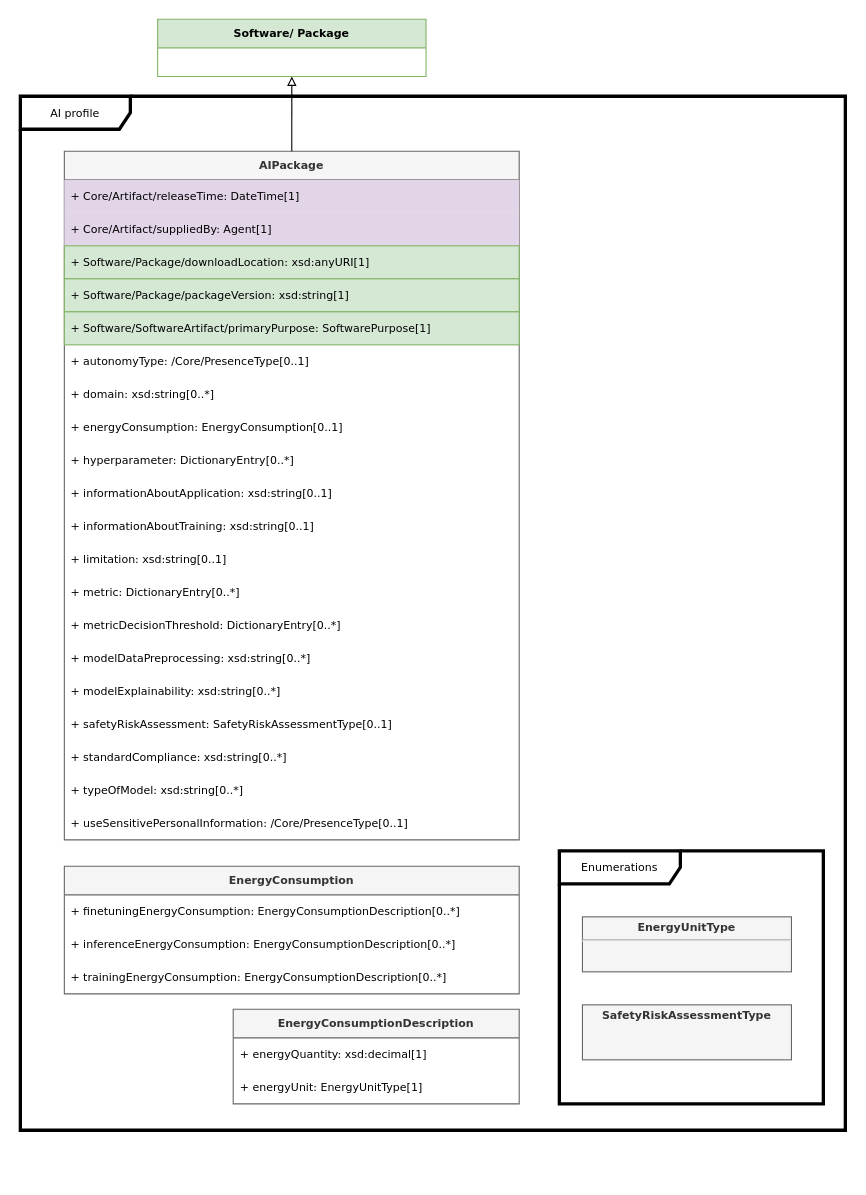
Earlier version of the draw.io diagram page "AI" (7 of 12) of docs/model.drawio (spdx/spdx-3-model). Source tidied: cells renumbered, new cells numbered last; positions are measured from the earlier drawing's top-left corner, leaving out a move shared by most shapes. Both pictures are drawn from the tidied source at 110%, with x=0, y=0 at pixel (20, 19).
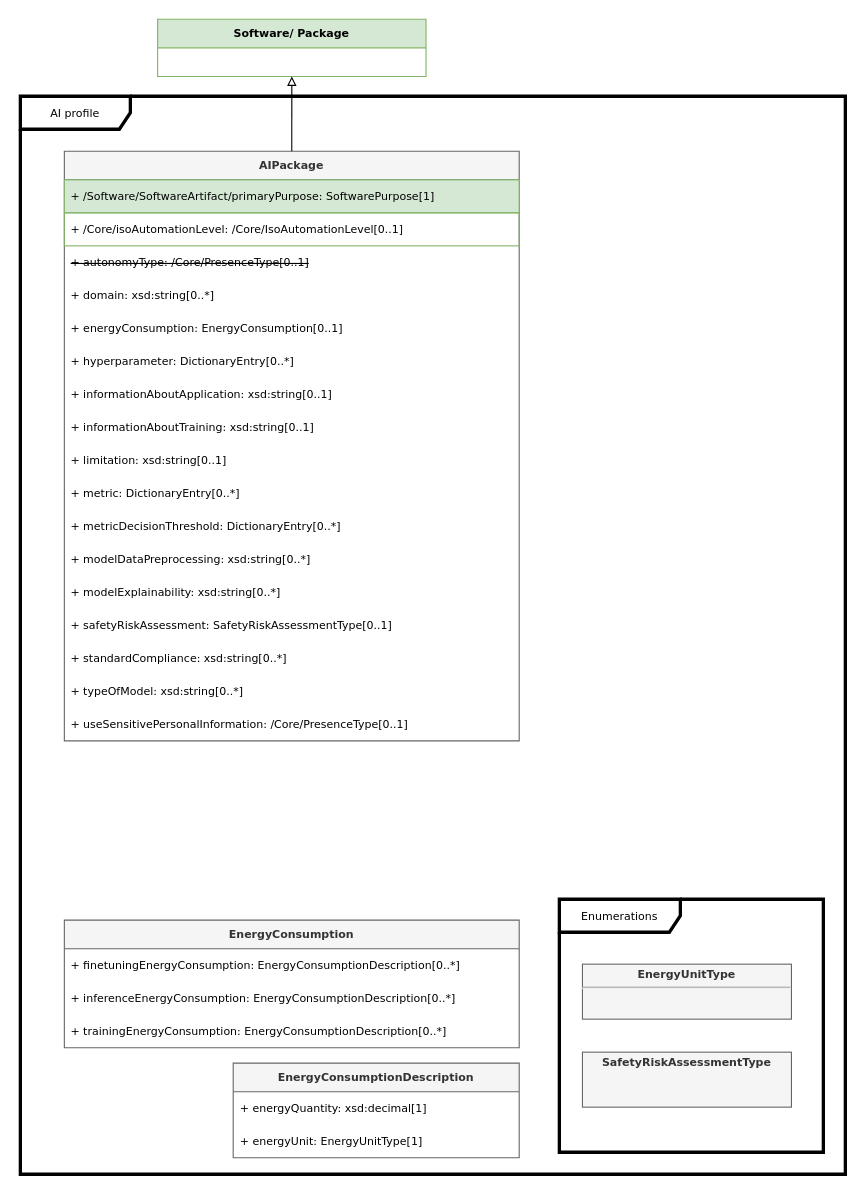
The same page after the edit.

The edit, as a diff of the source:
```diff
@@
     <mxCell id="3" value="AI profile" style="shape=umlFrame;whiteSpace=wrap;html=1;width=100;height=30;strokeWidth=3;fontFamily=Verdana;fontSize=10;" parent="1" vertex="1">
-      <mxGeometry y="70" width="750" height="940" as="geometry" />
+      <mxGeometry y="70" width="750" height="980" as="geometry" />
     </mxCell>
     <mxCell id="4" value="AIPackage" style="swimlane;fontStyle=1;horizontal=1;startSize=26;fillColor=#f5f5f5;strokeColor=#666666;fontColor=#333333;fontFamily=Verdana;fontSize=10;" parent="1" vertex="1">
-      <mxGeometry x="40" y="120" width="413.5" height="626" as="geometry" />
+      <mxGeometry x="40" y="120" width="413.5" height="536" as="geometry" />
     </mxCell>
-    <mxCell id="5" value="+ Core/Artifact/releaseTime: DateTime[1]" style="text;strokeColor=none;fillColor=#E1D5E7;align=left;verticalAlign=middle;spacingLeft=4;spacingRight=4;overflow=hidden;whiteSpace=wrap;html=1;fontFamily=Verdana;fontSize=10;" parent="4" vertex="1">
-      <mxGeometry y="26" width="413.5" height="30" as="geometry" />
-    </mxCell>
-    <mxCell id="6" value="+ Core/Artifact/suppliedBy: Agent[1]" style="text;strokeColor=none;fillColor=#E1D5E7;align=left;verticalAlign=middle;spacingLeft=4;spacingRight=4;overflow=hidden;whiteSpace=wrap;html=1;fontFamily=Verdana;fontSize=10;" parent="4" vertex="1">
-      <mxGeometry y="56" width="413.5" height="30" as="geometry" />
-    </mxCell>
-    <mxCell id="7" value="+ Software/Package/downloadLocation: xsd:anyURI[1]" style="text;strokeColor=#82b366;fillColor=#d5e8d4;align=left;verticalAlign=middle;spacingLeft=4;spacingRight=4;overflow=hidden;whiteSpace=wrap;html=1;fontFamily=Verdana;fontSize=10;" parent="4" vertex="1">
-      <mxGeometry y="86" width="413.5" height="30" as="geometry" />
-    </mxCell>
+    <mxCell id="9" value="+ /Software/SoftwareArtifact/primaryPurpose: SoftwarePurpose[1]" style="text;strokeColor=#82b366;fillColor=#d5e8d4;align=left;verticalAlign=middle;spacingLeft=4;spacingRight=4;overflow=hidden;whiteSpace=wrap;html=1;fontFamily=Verdana;fontSize=10;" parent="4" vertex="1">
+      <mxGeometry y="26" width="413.5" height="30" as="geometry" />
+    </mxCell>
-    <mxCell id="8" value="+ Software/Package/packageVersion: xsd:string[1]" style="text;strokeColor=#82b366;fillColor=#d5e8d4;align=left;verticalAlign=middle;spacingLeft=4;spacingRight=4;overflow=hidden;whiteSpace=wrap;html=1;fontFamily=Verdana;fontSize=10;" parent="4" vertex="1">
-      <mxGeometry y="116" width="413.5" height="30" as="geometry" />
+    <mxCell id="8" value="+ /Core/isoAutomationLevel: /Core/IsoAutomationLevel[0..1]" style="text;strokeColor=#82b366;fillColor=none;align=left;verticalAlign=middle;spacingLeft=4;spacingRight=4;overflow=hidden;whiteSpace=wrap;html=1;fontFamily=Verdana;fontSize=10;" parent="4" vertex="1">
+      <mxGeometry y="56" width="413.5" height="30" as="geometry" />
     </mxCell>
-    <mxCell id="9" value="+ Software/SoftwareArtifact/primaryPurpose: SoftwarePurpose[1]" style="text;strokeColor=#82b366;fillColor=#d5e8d4;align=left;verticalAlign=middle;spacingLeft=4;spacingRight=4;overflow=hidden;whiteSpace=wrap;html=1;fontFamily=Verdana;fontSize=10;" parent="4" vertex="1">
-      <mxGeometry y="146" width="413.5" height="30" as="geometry" />
-    </mxCell>
-    <mxCell id="10" value="+ autonomyType: /Core/PresenceType[0..1]" style="text;strokeColor=none;fillColor=none;align=left;verticalAlign=middle;spacingLeft=4;spacingRight=4;overflow=hidden;whiteSpace=wrap;html=1;fontFamily=Verdana;fontSize=10;" parent="4" vertex="1">
-      <mxGeometry y="176" width="413.5" height="30" as="geometry" />
+    <mxCell id="10" value="&lt;strike&gt;+ autonomyType: /Core/PresenceType[0..1]&lt;/strike&gt;" style="text;strokeColor=none;fillColor=none;align=left;verticalAlign=middle;spacingLeft=4;spacingRight=4;overflow=hidden;whiteSpace=wrap;html=1;fontFamily=Verdana;fontSize=10;" parent="4" vertex="1">
+      <mxGeometry y="86" width="413.5" height="30" as="geometry" />
     </mxCell>
     <mxCell id="11" value="+ domain: xsd:string[0..*]" style="text;strokeColor=none;fillColor=none;align=left;verticalAlign=middle;spacingLeft=4;spacingRight=4;overflow=hidden;whiteSpace=wrap;html=1;fontFamily=Verdana;fontSize=10;" parent="4" vertex="1">
-      <mxGeometry y="206" width="413.5" height="30" as="geometry" />
+      <mxGeometry y="116" width="413.5" height="30" as="geometry" />
     </mxCell>
     <mxCell id="12" value="+ energyConsumption: EnergyConsumption[0..1]" style="text;strokeColor=none;fillColor=none;align=left;verticalAlign=middle;spacingLeft=4;spacingRight=4;overflow=hidden;whiteSpace=wrap;html=1;fontFamily=Verdana;fontSize=10;" parent="4" vertex="1">
-      <mxGeometry y="236" width="413.5" height="30" as="geometry" />
+      <mxGeometry y="146" width="413.5" height="30" as="geometry" />
     </mxCell>
     <mxCell id="13" value="+ hyperparameter: DictionaryEntry[0..*]" style="text;strokeColor=none;fillColor=none;align=left;verticalAlign=middle;spacingLeft=4;spacingRight=4;overflow=hidden;whiteSpace=wrap;html=1;fontFamily=Verdana;fontSize=10;" parent="4" vertex="1">
-      <mxGeometry y="266" width="413.5" height="30" as="geometry" />
+      <mxGeometry y="176" width="413.5" height="30" as="geometry" />
     </mxCell>
     <mxCell id="14" value="+ informationAboutApplication: xsd:string[0..1]" style="text;strokeColor=none;fillColor=none;align=left;verticalAlign=middle;spacingLeft=4;spacingRight=4;overflow=hidden;whiteSpace=wrap;html=1;fontFamily=Verdana;fontSize=10;" parent="4" vertex="1">
-      <mxGeometry y="296" width="413.5" height="30" as="geometry" />
+      <mxGeometry y="206" width="413.5" height="30" as="geometry" />
     </mxCell>
     <mxCell id="15" value="+ informationAboutTraining: xsd:string[0..1]" style="text;strokeColor=none;fillColor=none;align=left;verticalAlign=middle;spacingLeft=4;spacingRight=4;overflow=hidden;whiteSpace=wrap;html=1;fontFamily=Verdana;fontSize=10;" parent="4" vertex="1">
-      <mxGeometry y="326" width="413.5" height="30" as="geometry" />
+      <mxGeometry y="236" width="413.5" height="30" as="geometry" />
     </mxCell>
     <mxCell id="16" value="+ limitation: xsd:string[0..1]" style="text;strokeColor=none;fillColor=none;align=left;verticalAlign=middle;spacingLeft=4;spacingRight=4;overflow=hidden;whiteSpace=wrap;html=1;fontFamily=Verdana;fontSize=10;" parent="4" vertex="1">
-      <mxGeometry y="356" width="413.5" height="30" as="geometry" />
+      <mxGeometry y="266" width="413.5" height="30" as="geometry" />
     </mxCell>
     <mxCell id="17" value="+ metric: DictionaryEntry[0..*]" style="text;strokeColor=none;fillColor=none;align=left;verticalAlign=middle;spacingLeft=4;spacingRight=4;overflow=hidden;whiteSpace=wrap;html=1;fontFamily=Verdana;fontSize=10;" parent="4" vertex="1">
-      <mxGeometry y="386" width="413.5" height="30" as="geometry" />
+      <mxGeometry y="296" width="413.5" height="30" as="geometry" />
     </mxCell>
     <mxCell id="18" value="+ metricDecisionThreshold: DictionaryEntry[0..*]" style="text;strokeColor=none;fillColor=none;align=left;verticalAlign=middle;spacingLeft=4;spacingRight=4;overflow=hidden;whiteSpace=wrap;html=1;fontFamily=Verdana;fontSize=10;" parent="4" vertex="1">
-      <mxGeometry y="416" width="413.5" height="30" as="geometry" />
+      <mxGeometry y="326" width="413.5" height="30" as="geometry" />
     </mxCell>
     <mxCell id="19" value="+ modelDataPreprocessing: xsd:string[0..*]" style="text;strokeColor=none;fillColor=none;align=left;verticalAlign=middle;spacingLeft=4;spacingRight=4;overflow=hidden;whiteSpace=wrap;html=1;fontFamily=Verdana;fontSize=10;" parent="4" vertex="1">
-      <mxGeometry y="446" width="413.5" height="30" as="geometry" />
+      <mxGeometry y="356" width="413.5" height="30" as="geometry" />
     </mxCell>
     <mxCell id="20" value="+ modelExplainability: xsd:string[0..*]" style="text;strokeColor=none;fillColor=none;align=left;verticalAlign=middle;spacingLeft=4;spacingRight=4;overflow=hidden;whiteSpace=wrap;html=1;fontFamily=Verdana;fontSize=10;" parent="4" vertex="1">
-      <mxGeometry y="476" width="413.5" height="30" as="geometry" />
+      <mxGeometry y="386" width="413.5" height="30" as="geometry" />
     </mxCell>
     <mxCell id="21" value="+ safetyRiskAssessment: SafetyRiskAssessmentType[0..1]" style="text;strokeColor=none;fillColor=none;align=left;verticalAlign=middle;spacingLeft=4;spacingRight=4;overflow=hidden;whiteSpace=wrap;html=1;fontFamily=Verdana;fontSize=10;" parent="4" vertex="1">
-      <mxGeometry y="506" width="413.5" height="30" as="geometry" />
+      <mxGeometry y="416" width="413.5" height="30" as="geometry" />
     </mxCell>
     <mxCell id="22" value="+ standardCompliance: xsd:string[0..*]" style="text;strokeColor=none;fillColor=none;align=left;verticalAlign=middle;spacingLeft=4;spacingRight=4;overflow=hidden;whiteSpace=wrap;html=1;fontFamily=Verdana;fontSize=10;" parent="4" vertex="1">
-      <mxGeometry y="536" width="413.5" height="30" as="geometry" />
+      <mxGeometry y="446" width="413.5" height="30" as="geometry" />
     </mxCell>
     <mxCell id="23" value="+ typeOfModel: xsd:string[0..*]" style="text;strokeColor=none;fillColor=none;align=left;verticalAlign=middle;spacingLeft=4;spacingRight=4;overflow=hidden;whiteSpace=wrap;html=1;fontFamily=Verdana;fontSize=10;" parent="4" vertex="1">
-      <mxGeometry y="566" width="413.5" height="30" as="geometry" />
+      <mxGeometry y="476" width="413.5" height="30" as="geometry" />
     </mxCell>
     <mxCell id="24" value="+ useSensitivePersonalInformation: /Core/PresenceType[0..1]" style="text;strokeColor=none;fillColor=none;align=left;verticalAlign=middle;spacingLeft=4;spacingRight=4;overflow=hidden;whiteSpace=wrap;html=1;fontFamily=Verdana;fontSize=10;" parent="4" vertex="1">
-      <mxGeometry y="596" width="413.5" height="30" as="geometry" />
+      <mxGeometry y="506" width="413.5" height="30" as="geometry" />
     </mxCell>
@@
-    <mxCell id="26" value="Enumerations" style="shape=umlFrame;whiteSpace=wrap;html=1;width=110;height=30;strokeWidth=3;fontStyle=0;fontFamily=Verdana;fontSize=10;" parent="1" vertex="1">
-      <mxGeometry x="490" y="756" width="240" height="230" as="geometry" />
-    </mxCell>
-    <mxCell id="27" value="&lt;p style=&quot;margin: 4px 0px 0px; text-align: center;&quot;&gt;&lt;b&gt;SafetyRiskAssessmentType&lt;/b&gt;&lt;/p&gt;&lt;p style=&quot;margin: 0px ; margin-left: 8px&quot;&gt;&lt;br&gt;&lt;/p&gt;" style="verticalAlign=top;align=left;overflow=fill;fontSize=10;fontFamily=Verdana;html=1;fillColor=#f5f5f5;strokeColor=#666666;fontColor=#333333;fontStyle=0;" parent="1" vertex="1">
-      <mxGeometry x="511" y="896" width="190" height="50" as="geometry" />
-    </mxCell>
     <mxCell id="28" value="EnergyConsumption" style="swimlane;fontStyle=1;horizontal=1;startSize=26;fillColor=#f5f5f5;strokeColor=#666666;fontColor=#333333;fontFamily=Verdana;fontSize=10;" parent="1" vertex="1">
-      <mxGeometry x="40" y="770" width="413.5" height="116" as="geometry" />
+      <mxGeometry x="40" y="819" width="413.5" height="116" as="geometry" />
     </mxCell>
@@
     <mxCell id="32" value="EnergyConsumptionDescription" style="swimlane;fontStyle=1;horizontal=1;startSize=26;fillColor=#f5f5f5;strokeColor=#666666;fontColor=#333333;fontFamily=Verdana;fontSize=10;" parent="1" vertex="1">
-      <mxGeometry x="193.5" y="900" width="260" height="86" as="geometry" />
+      <mxGeometry x="193.5" y="949" width="260" height="86" as="geometry" />
     </mxCell>
@@
+    <mxCell id="36" style="group;" parent="1" vertex="1">
+      <mxGeometry x="490" y="800" width="240" height="230" as="geometry" />
+    </mxCell>
+    <mxCell id="26" value="Enumerations" style="shape=umlFrame;whiteSpace=wrap;html=1;width=110;height=30;strokeWidth=3;fontStyle=0;fontFamily=Verdana;fontSize=10;" parent="36" vertex="1">
+      <mxGeometry width="240" height="230" as="geometry" />
+    </mxCell>
+    <mxCell id="27" value="&lt;p style=&quot;margin: 4px 0px 0px; text-align: center;&quot;&gt;&lt;b&gt;SafetyRiskAssessmentType&lt;/b&gt;&lt;/p&gt;&lt;p style=&quot;margin: 0px ; margin-left: 8px&quot;&gt;&lt;br&gt;&lt;/p&gt;" style="verticalAlign=top;align=left;overflow=fill;fontSize=10;fontFamily=Verdana;html=1;fillColor=#f5f5f5;strokeColor=#666666;fontColor=#333333;fontStyle=0;" parent="36" vertex="1">
+      <mxGeometry x="21" y="139" width="190" height="50" as="geometry" />
+    </mxCell>
-    <mxCell id="35" value="&lt;p style=&quot;margin: 4px 0px 0px; text-align: center;&quot;&gt;&lt;b&gt;EnergyUnitType&lt;/b&gt;&lt;/p&gt;&lt;hr&gt;&lt;p style=&quot;margin: 0px ; margin-left: 8px&quot;&gt;&lt;br&gt;&lt;/p&gt;" style="verticalAlign=top;align=left;overflow=fill;fontSize=10;fontFamily=Verdana;html=1;fillColor=#f5f5f5;strokeColor=#666666;fontColor=#333333;fontStyle=0;" parent="1" vertex="1">
-      <mxGeometry x="511" y="816" width="190" height="50" as="geometry" />
+    <mxCell id="35" value="&lt;p style=&quot;margin: 4px 0px 0px; text-align: center;&quot;&gt;&lt;b&gt;EnergyUnitType&lt;/b&gt;&lt;/p&gt;&lt;hr&gt;&lt;p style=&quot;margin: 0px ; margin-left: 8px&quot;&gt;&lt;br&gt;&lt;/p&gt;" style="verticalAlign=top;align=left;overflow=fill;fontSize=10;fontFamily=Verdana;html=1;fillColor=#f5f5f5;strokeColor=#666666;fontColor=#333333;fontStyle=0;" parent="36" vertex="1">
+      <mxGeometry x="21" y="59" width="190" height="50" as="geometry" />
     </mxCell>
```
